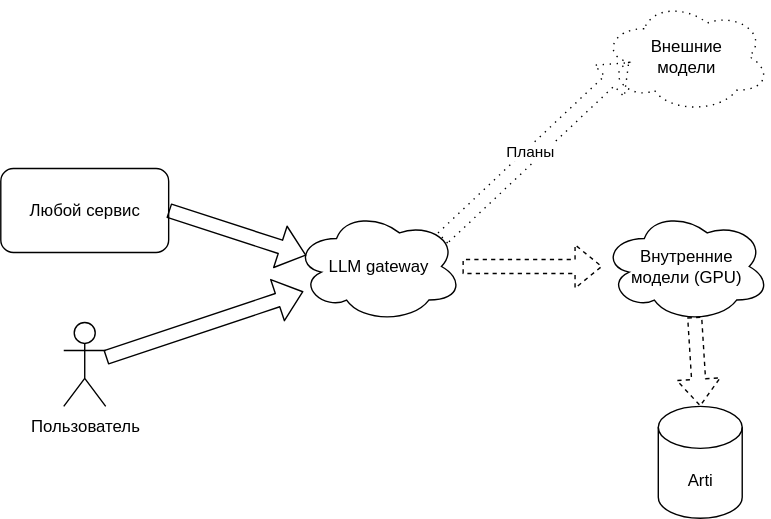
Earlier version of the draw.io export revealjs/raip-31july/images/llm-gateway-arch.svg (xfenix/conference-presentations). Source tidied: cells renumbered, new cells last; positions are measured from the earlier drawing's top-left corner, leaving out a move shared by most shapes.
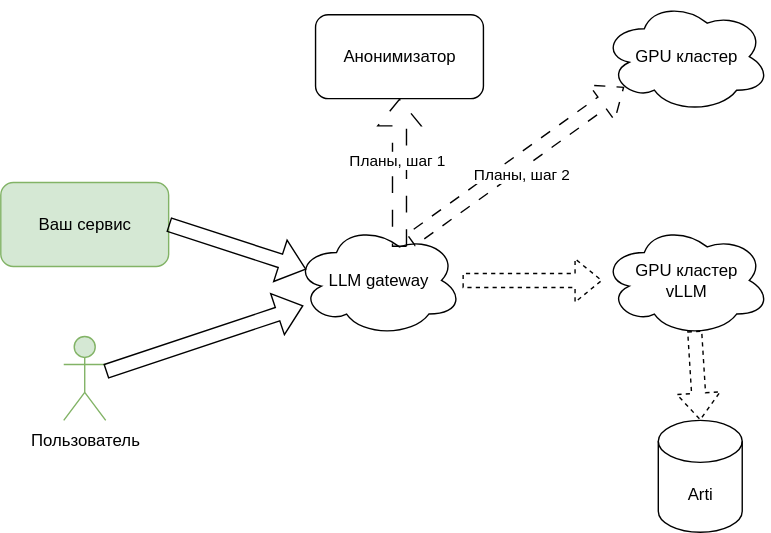
The same file after the commit.

The edit, as a diff of the source:
```diff
@@ -2,41 +2,50 @@
   <root>
     <mxCell id="0" />
     <mxCell id="1" parent="0" />
-    <mxCell id="2" value="Пользователь" style="shape=umlActor;verticalLabelPosition=bottom;verticalAlign=top;html=1;outlineConnect=0;rounded=1;fontColor=light-dark(#000000,#2B2D33);" parent="1" vertex="1">
+    <mxCell id="2" value="Пользователь" style="shape=umlActor;verticalLabelPosition=bottom;verticalAlign=top;html=1;outlineConnect=0;fillColor=#d5e8d4;strokeColor=#82b366;" parent="1" vertex="1">
       <mxGeometry x="45" y="230" width="30" height="60" as="geometry" />
     </mxCell>
-    <mxCell id="3" value="LLM gateway" style="ellipse;shape=cloud;whiteSpace=wrap;html=1;rounded=1;fontColor=light-dark(#000000,#2B2D33);" parent="1" vertex="1">
+    <mxCell id="3" value="LLM gateway" style="ellipse;shape=cloud;whiteSpace=wrap;html=1;" parent="1" vertex="1">
       <mxGeometry x="210" y="150" width="120" height="80" as="geometry" />
     </mxCell>
-    <mxCell id="4" value="Любой сервис" style="rounded=1;whiteSpace=wrap;html=1;fontColor=light-dark(#000000,#2B2D33);" parent="1" vertex="1">
+    <mxCell id="4" value="Ваш сервис" style="rounded=1;whiteSpace=wrap;html=1;fillColor=#d5e8d4;strokeColor=#82b366;" parent="1" vertex="1">
       <mxGeometry y="120" width="120" height="60" as="geometry" />
     </mxCell>
-    <mxCell id="5" style="shape=flexArrow;endArrow=classic;html=1;rounded=1;exitX=1;exitY=0.5;exitDx=0;exitDy=0;entryX=0.07;entryY=0.4;entryDx=0;entryDy=0;entryPerimeter=0;fontColor=light-dark(#000000,#2B2D33);" parent="1" edge="1" source="4" target="3">
+    <mxCell id="5" style="shape=flexArrow;endArrow=classic;html=1;rounded=0;exitX=1;exitY=0.5;exitDx=0;exitDy=0;entryX=0.07;entryY=0.4;entryDx=0;entryDy=0;entryPerimeter=0;" parent="1" edge="1" source="4" target="3">
       <mxGeometry relative="1" as="geometry" />
     </mxCell>
-    <mxCell id="6" style="shape=flexArrow;endArrow=classic;html=1;rounded=1;fontColor=light-dark(#000000,#2B2D33);" parent="1" edge="1" source="2" target="3">
+    <mxCell id="6" style="shape=flexArrow;endArrow=classic;html=1;rounded=0;" parent="1" edge="1" source="2" target="3">
       <mxGeometry relative="1" as="geometry" />
     </mxCell>
-    <mxCell id="7" value="Внутренние&lt;div&gt;модели (GPU)&lt;/div&gt;" style="ellipse;shape=cloud;whiteSpace=wrap;html=1;rounded=1;fontColor=light-dark(#000000,#2B2D33);" parent="1" vertex="1">
+    <mxCell id="7" value="GPU кластер&lt;div&gt;vLLM&lt;/div&gt;" style="ellipse;shape=cloud;whiteSpace=wrap;html=1;" parent="1" vertex="1">
       <mxGeometry x="430" y="150" width="120" height="80" as="geometry" />
     </mxCell>
-    <mxCell id="8" style="shape=flexArrow;endArrow=classic;html=1;rounded=1;dashed=1;fontColor=light-dark(#000000,#2B2D33);" parent="1" edge="1" source="3" target="7">
+    <mxCell id="8" style="shape=flexArrow;endArrow=classic;html=1;rounded=0;dashed=1;" parent="1" edge="1" source="3" target="7">
       <mxGeometry relative="1" as="geometry" />
     </mxCell>
-    <mxCell id="9" value="Arti" style="shape=cylinder3;whiteSpace=wrap;html=1;boundedLbl=1;backgroundOutline=1;size=15;rounded=1;fontColor=light-dark(#000000,#2B2D33);" parent="1" vertex="1">
+    <mxCell id="9" value="Arti" style="shape=cylinder3;whiteSpace=wrap;html=1;boundedLbl=1;backgroundOutline=1;size=15;" parent="1" vertex="1">
       <mxGeometry x="470" y="290" width="60" height="80" as="geometry" />
     </mxCell>
-    <mxCell id="10" style="shape=flexArrow;endArrow=classic;html=1;rounded=1;dashed=1;exitX=0.55;exitY=0.95;exitDx=0;exitDy=0;exitPerimeter=0;entryX=0.5;entryY=0;entryDx=0;entryDy=0;entryPerimeter=0;fontColor=light-dark(#000000,#2B2D33);" parent="1" edge="1" source="7" target="9">
+    <mxCell id="10" style="shape=flexArrow;endArrow=classic;html=1;rounded=0;dashed=1;exitX=0.55;exitY=0.95;exitDx=0;exitDy=0;exitPerimeter=0;entryX=0.5;entryY=0;entryDx=0;entryDy=0;entryPerimeter=0;" parent="1" edge="1" source="7" target="9">
       <mxGeometry relative="1" as="geometry" />
     </mxCell>
-    <mxCell id="11" value="Внешние&lt;div&gt;модели&lt;/div&gt;" style="ellipse;shape=cloud;whiteSpace=wrap;html=1;dashed=1;dashPattern=1 4;rounded=1;fontColor=light-dark(#000000,#2B2D33);" parent="1" vertex="1">
-      <mxGeometry x="430" width="120" height="80" as="geometry" />
-    </mxCell>
-    <mxCell id="12" style="shape=flexArrow;endArrow=classic;html=1;rounded=1;entryX=0.16;entryY=0.55;entryDx=0;entryDy=0;entryPerimeter=0;exitX=0.88;exitY=0.25;exitDx=0;exitDy=0;exitPerimeter=0;dashed=1;dashPattern=1 4;fontColor=light-dark(#000000,#2B2D33);" parent="1" edge="1" source="3" target="11">
-      <mxGeometry relative="1" as="geometry" />
-    </mxCell>
-    <mxCell id="13" value="Планы" style="edgeLabel;html=1;align=center;verticalAlign=middle;rounded=1;fontColor=light-dark(#000000,#2B2D33);" parent="12" vertex="1">
-      <mxGeometry x="-0.04" y="3" relative="1" as="geometry" />
-    </mxCell>
+    <mxCell id="14" value="GPU кластер" style="ellipse;shape=cloud;whiteSpace=wrap;html=1;" parent="1" vertex="1">
+      <mxGeometry x="430" y="-10" width="120" height="80" as="geometry" />
+    </mxCell>
+    <mxCell id="15" style="shape=flexArrow;endArrow=classic;html=1;rounded=0;dashed=1;entryX=0.13;entryY=0.77;entryDx=0;entryDy=0;entryPerimeter=0;exitX=0.69;exitY=0.14;exitDx=0;exitDy=0;exitPerimeter=0;strokeColor=#000000;dashPattern=8 8;" parent="1" edge="1" source="3" target="14">
+      <mxGeometry relative="1" as="geometry" />
+    </mxCell>
+    <mxCell id="16" value="Планы, шаг 2" style="edgeLabel;html=1;align=center;verticalAlign=middle;" parent="15" vertex="1">
+      <mxGeometry x="-0.02" y="-7" relative="1" as="geometry" />
+    </mxCell>
+    <mxCell id="17" style="shape=flexArrow;endArrow=classic;html=1;rounded=0;dashed=1;exitX=0.625;exitY=0.2;exitDx=0;exitDy=0;exitPerimeter=0;entryX=0.5;entryY=1;entryDx=0;entryDy=0;dashPattern=12 12;" parent="1" edge="1" source="3" target="19">
+      <mxGeometry relative="1" as="geometry" />
+    </mxCell>
+    <mxCell id="18" value="Планы, шаг 1" style="edgeLabel;html=1;align=center;verticalAlign=middle;" parent="17" vertex="1">
+      <mxGeometry x="0.18" y="3" relative="1" as="geometry" />
+    </mxCell>
+    <mxCell id="19" value="Анонимизатор" style="rounded=1;whiteSpace=wrap;html=1;" parent="1" vertex="1">
+      <mxGeometry x="225" width="120" height="60" as="geometry" />
+    </mxCell>
   </root>
 </mxGraphModel>
```
